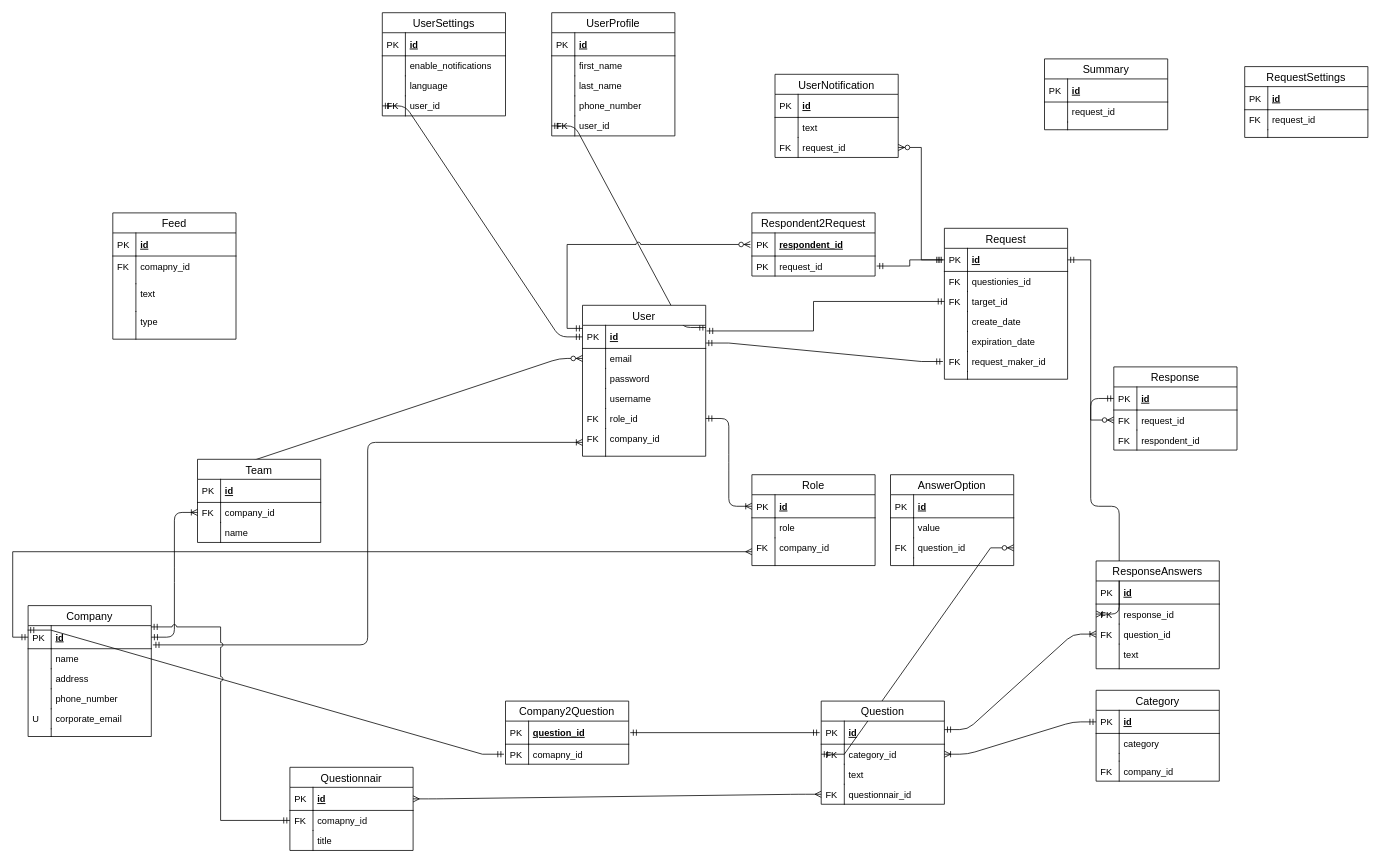
Earlier version of the draw.io diagram docs/feedback_db.drawio (BinaryStudioAcademy/bsa-2020-feedgrabber). Source tidied: cells renumbered, new cells numbered last; positions are measured from the earlier drawing's top-left corner, leaving out a move shared by most shapes. Both pictures are drawn from the tidied source at 77%, with x=0, y=0 at pixel (28, 12).
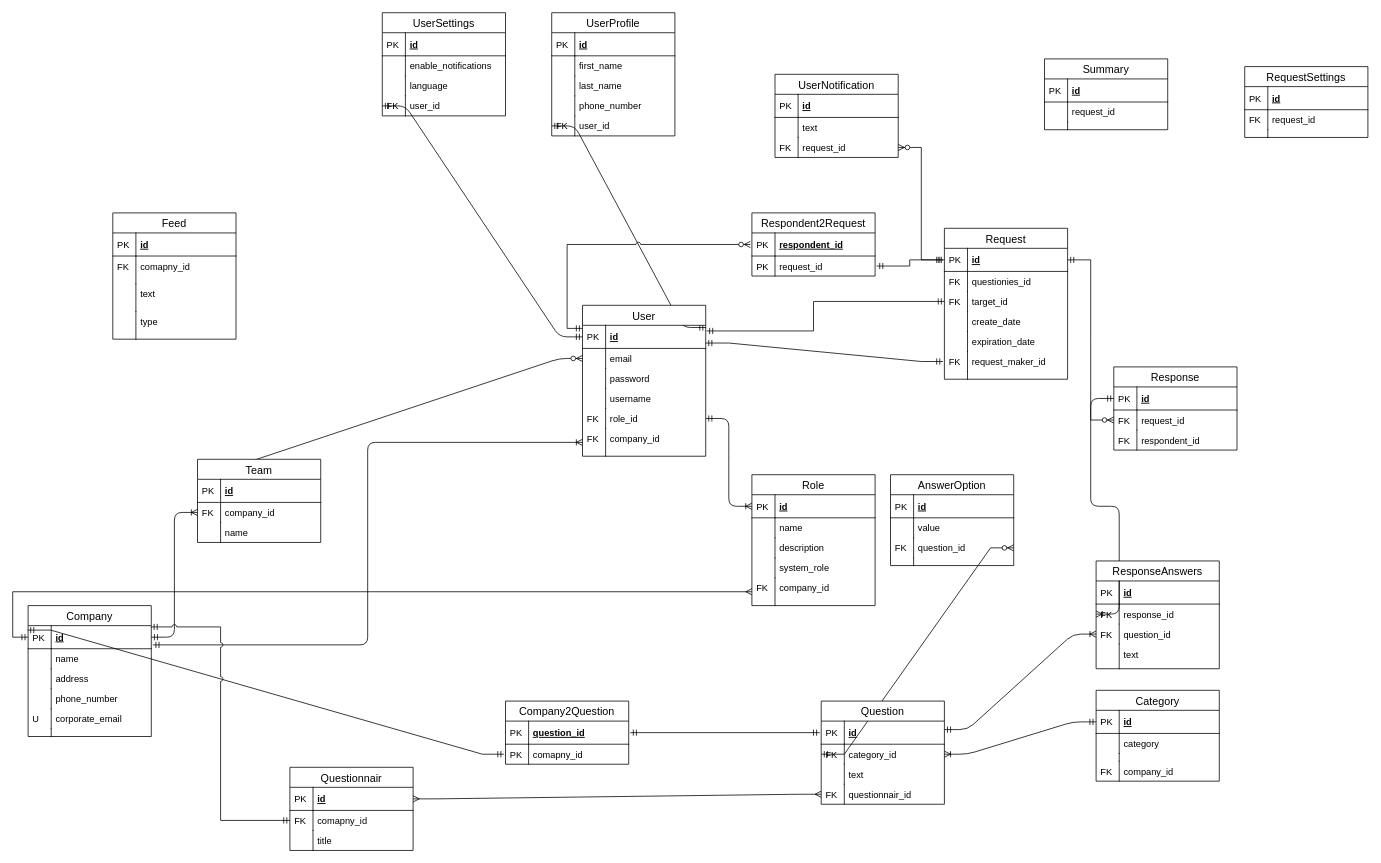
After the change.

What changed in the source:
```diff
@@
     <mxCell id="59" value="Role" style="swimlane;fontStyle=0;horizontal=1;startSize=26;align=center;fontSize=14;" parent="1" vertex="1">
-      <mxGeometry x="940" y="600" width="160" height="118" as="geometry" />
+      <mxGeometry x="940" y="600" width="160" height="170" as="geometry" />
     </mxCell>
@@
-    <mxCell id="62" value="role" style="shape=partialRectangle;top=0;left=0;right=0;bottom=0;align=left;verticalAlign=top;fillColor=none;spacingLeft=34;spacingRight=4;overflow=hidden;fontSize=12;" parent="59" vertex="1">
+    <mxCell id="62" value="name" style="shape=partialRectangle;top=0;left=0;right=0;bottom=0;align=left;verticalAlign=top;fillColor=none;spacingLeft=34;spacingRight=4;overflow=hidden;fontSize=12;" parent="59" vertex="1">
       <mxGeometry y="56" width="160" height="26" as="geometry" />
     </mxCell>
@@
+    <mxCell id="188" value="description" style="shape=partialRectangle;top=0;left=0;right=0;bottom=0;align=left;verticalAlign=top;fillColor=none;spacingLeft=34;spacingRight=4;overflow=hidden;fontSize=12;" parent="59" vertex="1">
+      <mxGeometry y="82" width="160" height="26" as="geometry" />
+    </mxCell>
+    <mxCell id="189" style="shape=partialRectangle;top=0;left=0;bottom=0;fillColor=none;align=left;verticalAlign=top;spacingLeft=4;spacingRight=4;overflow=hidden;fontSize=12;" parent="188" vertex="1">
+      <mxGeometry width="30" height="26" as="geometry" />
+    </mxCell>
+    <mxCell id="190" value="system_role" style="shape=partialRectangle;top=0;left=0;right=0;bottom=0;align=left;verticalAlign=top;fillColor=none;spacingLeft=34;spacingRight=4;overflow=hidden;fontSize=12;" parent="59" vertex="1">
+      <mxGeometry y="108" width="160" height="26" as="geometry" />
+    </mxCell>
+    <mxCell id="191" style="shape=partialRectangle;top=0;left=0;bottom=0;fillColor=none;align=left;verticalAlign=top;spacingLeft=4;spacingRight=4;overflow=hidden;fontSize=12;" parent="190" vertex="1">
+      <mxGeometry width="30" height="26" as="geometry" />
+    </mxCell>
     <mxCell id="64" value="company_id" style="shape=partialRectangle;top=0;left=0;right=0;bottom=0;align=left;verticalAlign=top;fillColor=none;spacingLeft=34;spacingRight=4;overflow=hidden;points=[[0,0.5],[1,0.5]];portConstraint=eastwest;fontSize=12;" parent="59" vertex="1">
-      <mxGeometry y="82" width="160" height="36" as="geometry" />
+      <mxGeometry y="134" width="160" height="36" as="geometry" />
     </mxCell>
```
